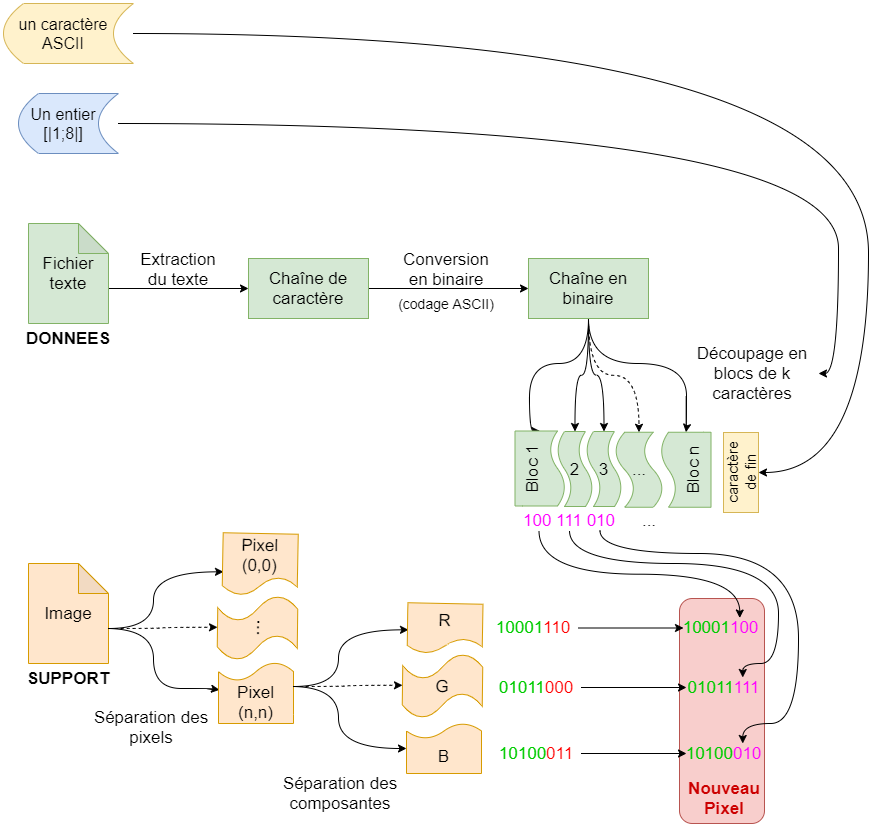
Earlier version of the draw.io export Présentation/Images/diagramme.png (0rotciv0/TIPE). Source tidied: cells renumbered, new cells last; positions are measured from the earlier drawing's top-left corner, leaving out a move shared by most shapes.
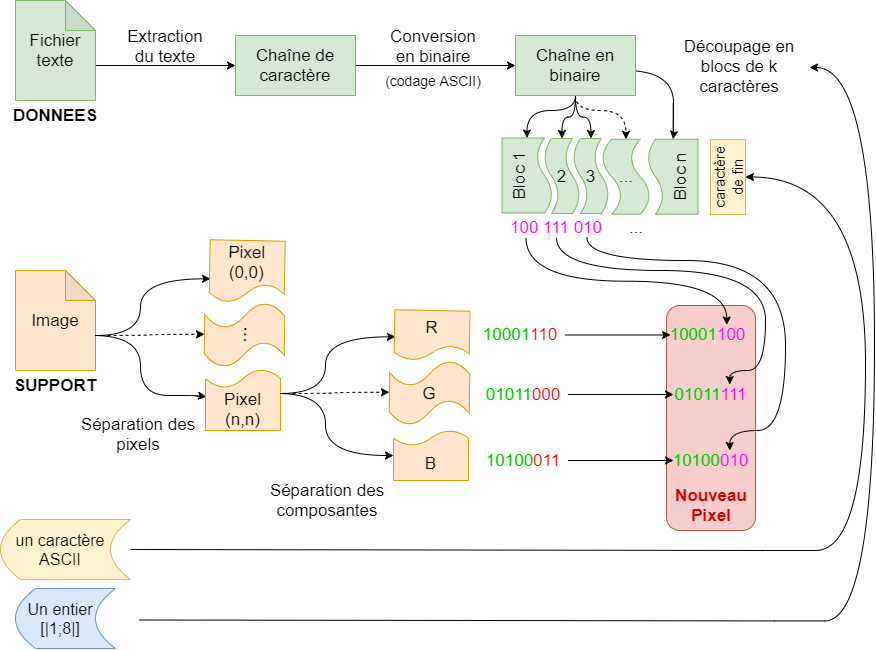
Above is the later version.

Diff of the diagram source:
```diff
@@ -3,13 +3,13 @@
     <mxCell id="0" />
     <mxCell id="1" parent="0" />
     <mxCell id="2" style="rounded=1;whiteSpace=wrap;html=1;fontFamily=Helvetica;fontSize=17;align=center;fillColor=#f8cecc;strokeColor=#b85450;" parent="1" vertex="1">
-      <mxGeometry x="676" y="595" width="85" height="225" as="geometry" />
+      <mxGeometry x="676" y="595" width="89" height="225" as="geometry" />
     </mxCell>
     <mxCell id="3" style="edgeStyle=orthogonalEdgeStyle;rounded=0;jettySize=auto;html=1;exitX=0;exitY=0;exitDx=80;exitDy=65;exitPerimeter=0;fontFamily=Helvetica;fontSize=15;" parent="1" edge="1" source="4" target="9">
       <mxGeometry relative="1" as="geometry" />
     </mxCell>
     <mxCell id="4" value="Fichier texte" style="shape=note;whiteSpace=wrap;html=1;backgroundOutline=1;darkOpacity=0.05;fontFamily=Helvetica;align=center;fontSize=17;fillColor=#d5e8d4;strokeColor=#82b366;" parent="1" vertex="1">
-      <mxGeometry x="25" y="220" width="80" height="100" as="geometry" />
+      <mxGeometry x="25" y="290" width="80" height="100" as="geometry" />
     </mxCell>
     <mxCell id="5" value="&lt;font style=&quot;font-size: 17px;&quot;&gt;Image&lt;/font&gt;" style="shape=note;whiteSpace=wrap;html=1;backgroundOutline=1;darkOpacity=0.05;fontFamily=Helvetica;align=center;fillColor=#ffe6cc;strokeColor=#d79b00;fontSize=17;" parent="1" vertex="1">
       <mxGeometry x="25" y="560" width="80" height="100" as="geometry" />
@@ -18,27 +18,32 @@
       <mxGeometry x="45" y="665" width="40" height="20" as="geometry" />
     </mxCell>
     <mxCell id="7" value="&lt;b style=&quot;font-size: 17px&quot;&gt;&lt;font style=&quot;font-size: 17px&quot;&gt;DONNEES&lt;br style=&quot;font-size: 17px&quot;&gt;&lt;/font&gt;&lt;/b&gt;" style="text;html=1;strokeColor=none;fillColor=none;align=center;verticalAlign=middle;whiteSpace=wrap;rounded=0;fontFamily=Helvetica;fontSize=17;" parent="1" vertex="1">
-      <mxGeometry x="45" y="325" width="40" height="20" as="geometry" />
+      <mxGeometry x="45" y="395" width="40" height="20" as="geometry" />
     </mxCell>
     <mxCell id="8" style="edgeStyle=orthogonalEdgeStyle;rounded=0;jettySize=auto;html=1;exitX=1;exitY=0.5;exitDx=0;exitDy=0;entryX=0;entryY=0.5;entryDx=0;entryDy=0;fontFamily=Helvetica;fontSize=15;" parent="1" edge="1" source="9" target="16">
       <mxGeometry relative="1" as="geometry" />
     </mxCell>
     <mxCell id="9" value="Chaîne de caractère" style="rounded=0;whiteSpace=wrap;html=1;fontFamily=Helvetica;fontSize=17;align=center;fillColor=#d5e8d4;strokeColor=#82b366;" parent="1" vertex="1">
-      <mxGeometry x="245" y="255" width="120" height="60" as="geometry" />
+      <mxGeometry x="245" y="325" width="120" height="60" as="geometry" />
     </mxCell>
     <mxCell id="10" value="Extraction du texte" style="text;html=1;strokeColor=none;fillColor=none;align=center;verticalAlign=middle;whiteSpace=wrap;rounded=0;fontFamily=Helvetica;fontSize=17;" parent="1" vertex="1">
-      <mxGeometry x="140" y="256" width="70" height="20" as="geometry" />
+      <mxGeometry x="140" y="326" width="70" height="20" as="geometry" />
     </mxCell>
-    <mxCell id="11" style="edgeStyle=orthogonalEdgeStyle;rounded=0;jettySize=auto;html=1;exitX=0.5;exitY=1;exitDx=0;exitDy=0;entryX=1;entryY=0.5;entryDx=0;entryDy=0;fontFamily=Helvetica;fontSize=12;curved=1;" parent="1" edge="1" source="16" target="21">
+    <mxCell id="11" style="edgeStyle=orthogonalEdgeStyle;rounded=0;jettySize=auto;html=1;exitX=0.5;exitY=1;exitDx=0;exitDy=0;fontFamily=Helvetica;fontSize=12;curved=1;entryX=1;entryY=0.5;entryDx=0;entryDy=0;" parent="1" edge="1" source="16" target="21">
       <mxGeometry relative="1" as="geometry">
         <Array as="points">
-          <mxPoint x="585" y="360" />
-          <mxPoint x="526" y="360" />
+          <mxPoint x="585" y="400" />
+          <mxPoint x="536" y="400" />
         </Array>
       </mxGeometry>
     </mxCell>
     <mxCell id="12" style="edgeStyle=orthogonalEdgeStyle;curved=1;rounded=0;jettySize=auto;html=1;exitX=0.5;exitY=1;exitDx=0;exitDy=0;entryX=0;entryY=0.5;entryDx=0;entryDy=0;entryPerimeter=0;fontFamily=Helvetica;fontSize=12;dashed=1;" parent="1" edge="1" source="16" target="23">
-      <mxGeometry relative="1" as="geometry" />
+      <mxGeometry relative="1" as="geometry">
+        <Array as="points">
+          <mxPoint x="585" y="400" />
+          <mxPoint x="636" y="400" />
+        </Array>
+      </mxGeometry>
     </mxCell>
     <mxCell id="13" style="edgeStyle=orthogonalEdgeStyle;curved=1;rounded=0;jettySize=auto;html=1;exitX=0.5;exitY=1;exitDx=0;exitDy=0;entryX=1;entryY=0.5;entryDx=0;entryDy=0;fontFamily=Helvetica;fontSize=12;" parent="1" edge="1" source="16" target="22">
       <mxGeometry relative="1" as="geometry">
@@ -56,24 +61,16 @@
       <mxGeometry relative="1" as="geometry" />
     </mxCell>
     <mxCell id="16" value="Chaîne en binaire" style="rounded=0;whiteSpace=wrap;html=1;fontFamily=Helvetica;fontSize=17;align=center;fillColor=#d5e8d4;strokeColor=#82b366;" parent="1" vertex="1">
-      <mxGeometry x="525" y="255" width="120" height="60" as="geometry" />
+      <mxGeometry x="525" y="325" width="120" height="60" as="geometry" />
     </mxCell>
     <mxCell id="17" value="Conversion en binaire" style="text;html=1;strokeColor=none;fillColor=none;align=center;verticalAlign=middle;whiteSpace=wrap;rounded=0;fontFamily=Helvetica;fontSize=17;" parent="1" vertex="1">
-      <mxGeometry x="408" y="256" width="70" height="20" as="geometry" />
+      <mxGeometry x="408" y="326" width="70" height="20" as="geometry" />
     </mxCell>
     <mxCell id="18" value="(codage ASCII)" style="text;html=1;strokeColor=none;fillColor=none;align=center;verticalAlign=middle;whiteSpace=wrap;rounded=0;fontFamily=Helvetica;fontSize=14;" parent="1" vertex="1">
-      <mxGeometry x="383" y="290" width="120" height="20" as="geometry" />
+      <mxGeometry x="383" y="360" width="120" height="20" as="geometry" />
     </mxCell>
-    <mxCell id="19" style="edgeStyle=orthogonalEdgeStyle;curved=1;rounded=0;jettySize=auto;html=1;exitX=1;exitY=0.5;exitDx=0;exitDy=0;fontFamily=Helvetica;fontSize=12;entryX=1;entryY=0.5;entryDx=0;entryDy=0;" parent="1" edge="1" source="20" target="24">
-      <mxGeometry relative="1" as="geometry">
-        <Array as="points">
-          <mxPoint x="835" y="120" />
-          <mxPoint x="835" y="370" />
-        </Array>
-      </mxGeometry>
-    </mxCell>
     <mxCell id="20" value="Un entier [|1;8|]" style="shape=dataStorage;whiteSpace=wrap;html=1;fixedSize=1;fontFamily=Helvetica;fontSize=16;align=center;spacingRight=10;fillColor=#dae8fc;strokeColor=#6c8ebf;" parent="1" vertex="1">
-      <mxGeometry x="15" y="90" width="100" height="60" as="geometry" />
+      <mxGeometry x="25" y="878" width="100" height="60" as="geometry" />
     </mxCell>
     <mxCell id="21" value="&lt;font style=&quot;font-size: 17px;&quot;&gt;Bloc 1&lt;/font&gt;" style="shape=document;whiteSpace=wrap;html=1;boundedLbl=1;fontFamily=Helvetica;fontSize=17;align=center;rotation=-90;fillColor=#d5e8d4;strokeColor=#82b366;" parent="1" vertex="1">
       <mxGeometry x="499" y="440" width="75" height="50" as="geometry" />
@@ -85,7 +82,7 @@
       <mxGeometry x="598" y="442.5" width="75" height="47.5" as="geometry" />
     </mxCell>
     <mxCell id="24" value="Découpage en blocs de k caractères" style="text;html=1;strokeColor=none;fillColor=none;align=center;verticalAlign=middle;whiteSpace=wrap;rounded=0;fontFamily=Helvetica;fontSize=17;" parent="1" vertex="1">
-      <mxGeometry x="683" y="340" width="132" height="60" as="geometry" />
+      <mxGeometry x="683" y="326" width="132" height="60" as="geometry" />
     </mxCell>
     <mxCell id="25" style="edgeStyle=orthogonalEdgeStyle;rounded=0;orthogonalLoop=1;jettySize=auto;html=1;exitX=0.5;exitY=1;exitDx=0;exitDy=0;entryX=1;entryY=0.5;entryDx=0;entryDy=0;fontFamily=Helvetica;fontSize=17;curved=1;" parent="1" edge="1">
       <mxGeometry x="251" y="623" as="geometry">
@@ -222,19 +219,21 @@
     <mxCell id="53" value="Nouveau Pixel" style="text;html=1;align=center;verticalAlign=middle;whiteSpace=wrap;rounded=0;fontFamily=Helvetica;fontSize=17;fontColor=#CC0000;fontStyle=1;" parent="1" vertex="1">
       <mxGeometry x="700.5" y="785" width="40" height="20" as="geometry" />
     </mxCell>
-    <mxCell id="54" style="edgeStyle=orthogonalEdgeStyle;rounded=0;jettySize=auto;html=1;exitX=1;exitY=0.5;exitDx=0;exitDy=0;entryX=1;entryY=0.5;entryDx=0;entryDy=0;curved=1;fontFamily=Helvetica;" parent="1" edge="1" source="55" target="56">
+    <mxCell id="54" style="edgeStyle=orthogonalEdgeStyle;rounded=0;jettySize=auto;html=1;exitX=1;exitY=0.5;exitDx=0;exitDy=0;curved=1;fontFamily=Helvetica;entryX=1;entryY=0.5;entryDx=0;entryDy=0;" parent="1" edge="1" source="55" target="56">
       <mxGeometry relative="1" as="geometry">
         <Array as="points">
-          <mxPoint x="865" y="30" />
-          <mxPoint x="865" y="469" />
+          <mxPoint x="140" y="840" />
+          <mxPoint x="775" y="800" />
+          <mxPoint x="875" y="840" />
+          <mxPoint x="875" y="467" />
         </Array>
       </mxGeometry>
     </mxCell>
     <mxCell id="55" value="un caractère ASCII" style="shape=dataStorage;whiteSpace=wrap;html=1;fixedSize=1;fontFamily=Helvetica;fontSize=16;align=center;spacingRight=10;fillColor=#fff2cc;strokeColor=#d6b656;" parent="1" vertex="1">
-      <mxGeometry width="130" height="60" as="geometry" />
+      <mxGeometry x="10" y="809" width="130" height="60" as="geometry" />
     </mxCell>
     <mxCell id="56" value="caractère de fin" style="rounded=0;whiteSpace=wrap;html=1;horizontal=0;fillColor=#fff2cc;strokeColor=#d6b656;fontFamily=Helvetica;fontSize=15;" parent="1" vertex="1">
-      <mxGeometry x="720" y="429" width="35" height="80" as="geometry" />
+      <mxGeometry x="720" y="429" width="35" height="75" as="geometry" />
     </mxCell>
     <mxCell id="57" value="Séparation des pixels" style="text;html=1;strokeColor=none;fillColor=none;align=center;verticalAlign=middle;whiteSpace=wrap;rounded=0;fontFamily=Helvetica;fontSize=17;" parent="1" vertex="1">
       <mxGeometry x="82" y="694" width="132" height="60" as="geometry" />
@@ -242,5 +241,17 @@
     <mxCell id="58" value="Séparation des composantes" style="text;html=1;strokeColor=none;fillColor=none;align=center;verticalAlign=middle;whiteSpace=wrap;rounded=0;fontFamily=Helvetica;fontSize=17;" parent="1" vertex="1">
       <mxGeometry x="271" y="760" width="132" height="60" as="geometry" />
     </mxCell>
+    <mxCell id="59" style="edgeStyle=orthogonalEdgeStyle;rounded=0;orthogonalLoop=1;jettySize=auto;html=1;exitX=1;exitY=0.5;exitDx=0;exitDy=0;curved=1;fontFamily=Helvetica;" parent="1" edge="1">
+      <mxGeometry relative="1" as="geometry">
+        <mxPoint x="149" y="909.5" as="sourcePoint" />
+        <mxPoint x="819" y="357" as="targetPoint" />
+        <Array as="points">
+          <mxPoint x="149" y="910.5" />
+          <mxPoint x="784" y="870.5" />
+          <mxPoint x="884" y="910.5" />
+          <mxPoint x="884" y="537.5" />
+        </Array>
+      </mxGeometry>
+    </mxCell>
   </root>
 </mxGraphModel>
```
